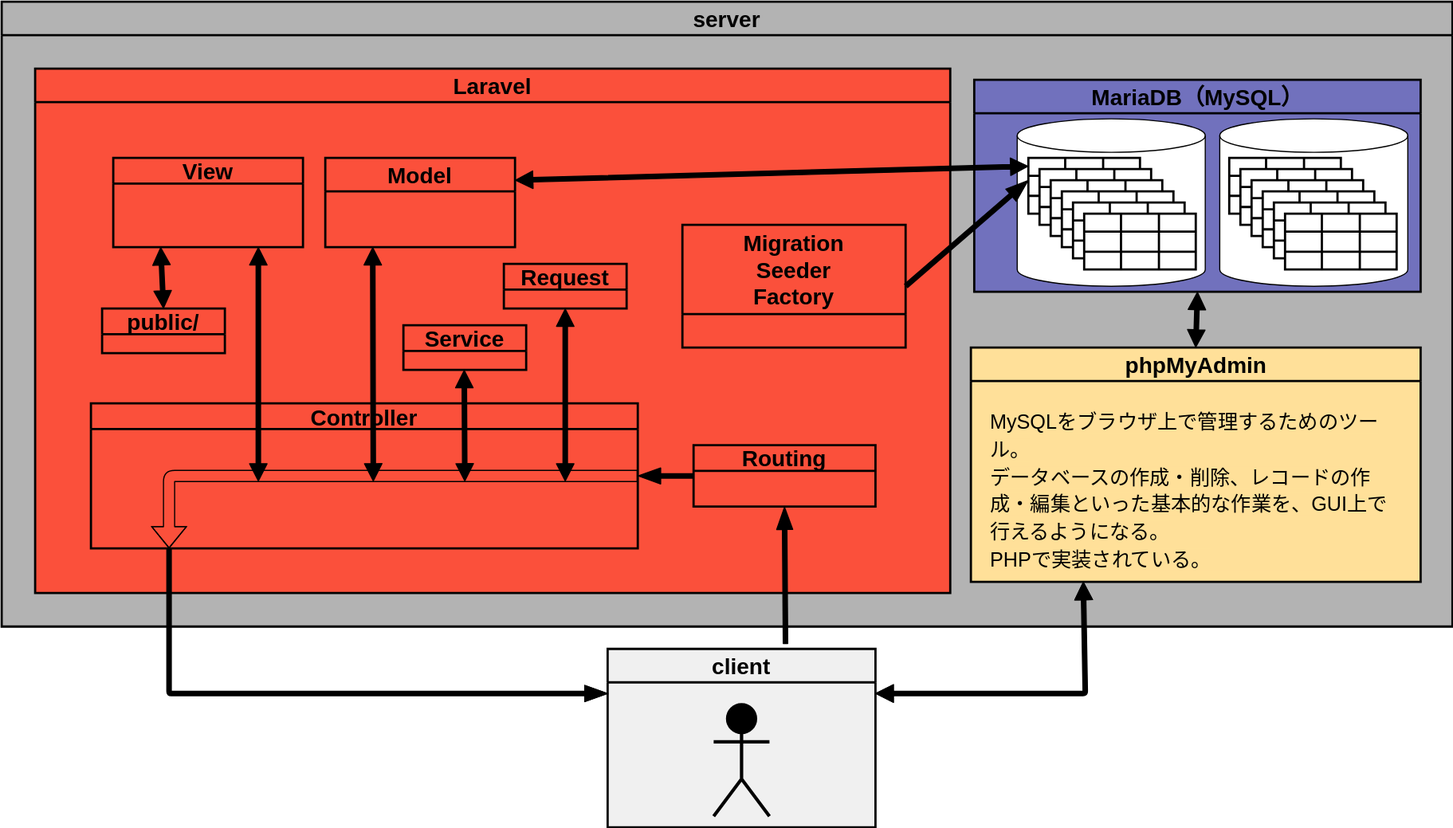
Earlier version of the draw.io export laravel.drawio.svg (nishizawatakamasa/memo). Source tidied: cells renumbered, new cells last; positions are measured from the earlier drawing's top-left corner, leaving out a move shared by most shapes.
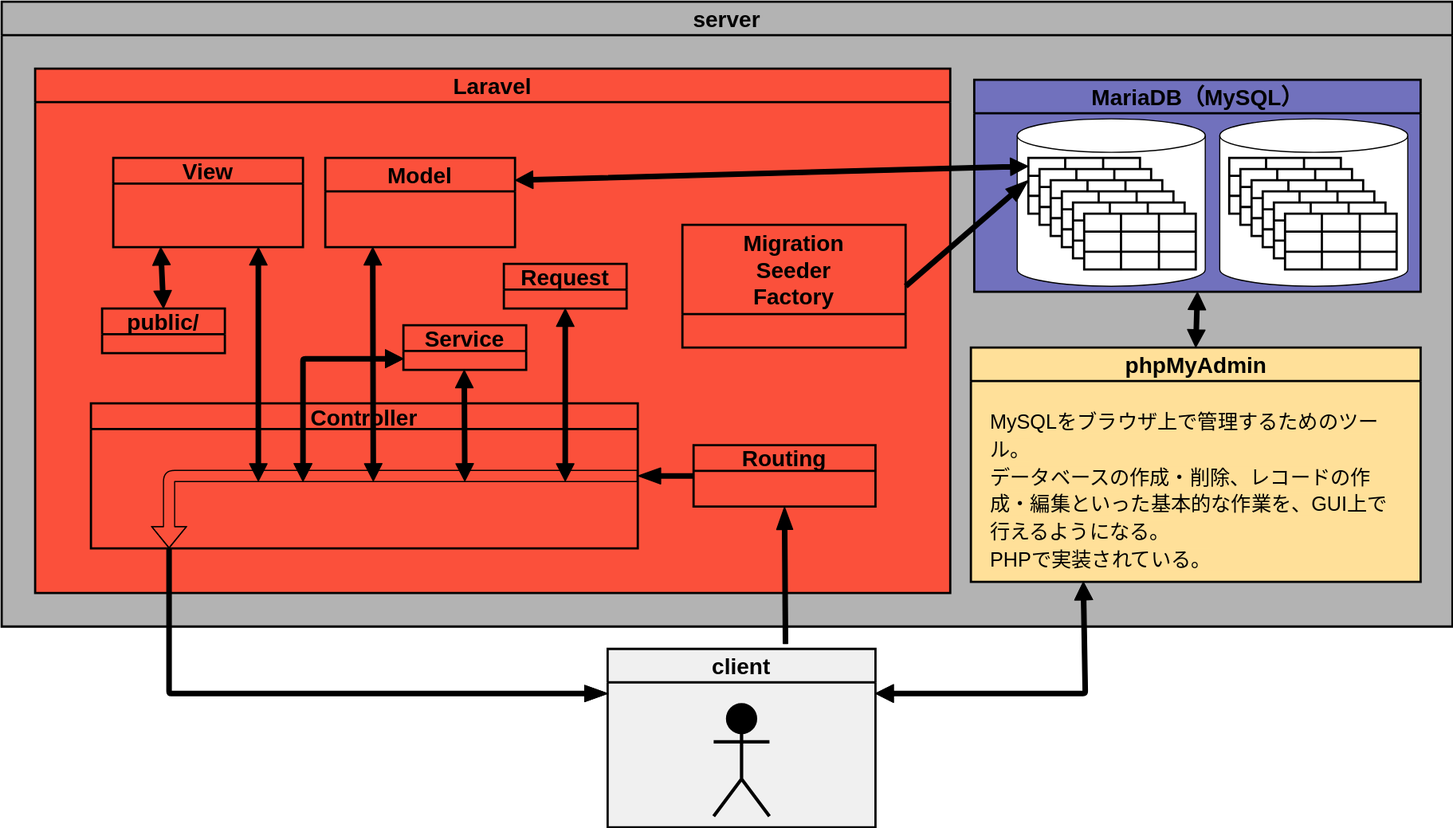
Later version of the same file.

Diff of the diagram source:
```diff
@@ -17,6 +17,14 @@
         <mxPoint x="334.5" y="-30" as="targetPoint" />
       </mxGeometry>
     </mxCell>
+    <mxCell id="188" style="shape=flexArrow;endArrow=classic;startArrow=classic;html=1;rounded=1;shadow=0;fillStyle=auto;strokeColor=#000000;strokeWidth=1;fontSize=20;fillColor=#000000;gradientColor=none;entryX=0;entryY=0.75;entryDx=0;entryDy=0;endWidth=10.666666666666666;endSize=4.826666666666667;startWidth=10.666666666666666;startSize=4.826666666666667;width=4;" parent="4" edge="1" target="17">
+      <mxGeometry relative="1" as="geometry">
+        <mxPoint x="190" y="70" as="sourcePoint" />
+        <Array as="points">
+          <mxPoint x="190" y="-40" />
+        </Array>
+      </mxGeometry>
+    </mxCell>
     <mxCell id="6" value="&lt;font color=&quot;#000000&quot;&gt;Model&lt;/font&gt;" style="swimlane;whiteSpace=wrap;html=1;strokeColor=#000000;strokeWidth=2;fontSize=20;startSize=30;fillColor=#FB503B;" parent="3" vertex="1">
       <mxGeometry x="260" y="80" width="170" height="80" as="geometry" />
     </mxCell>
```
